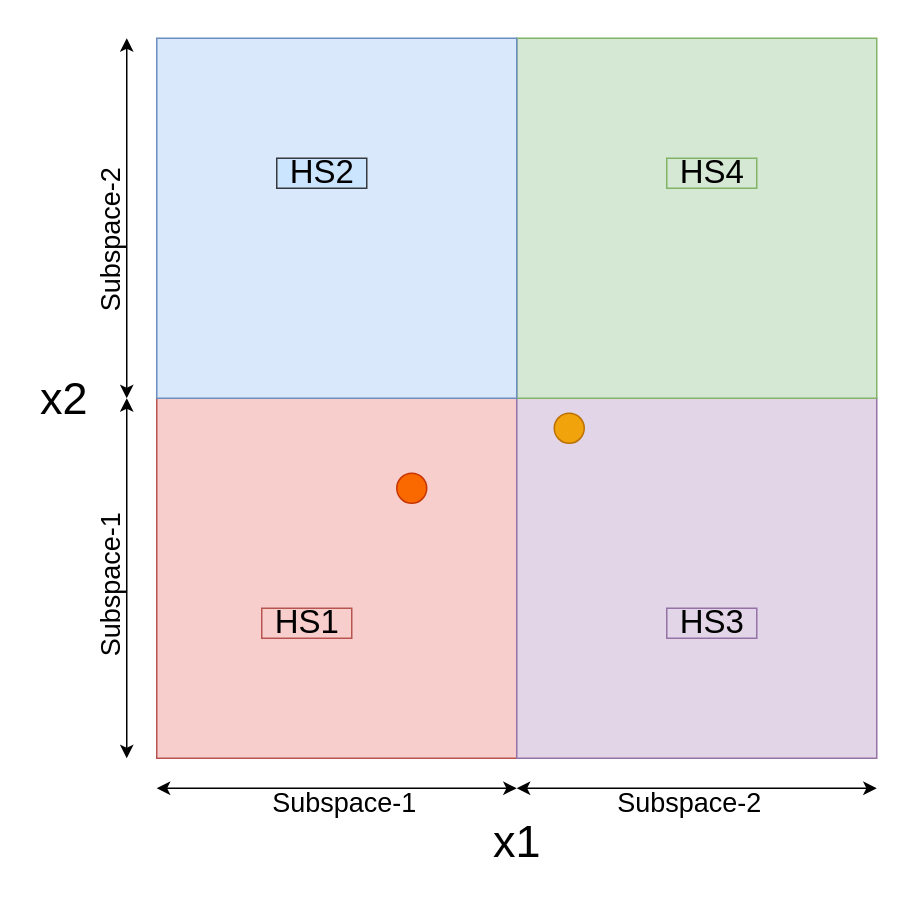
The draw.io diagram page "Page-4" (4 of 7) of drawings/dbo_hyperspace.drawio in ShivaprasadNadagoudr/distributed-safe-bo, before the edit. Source tidied: cells renumbered, new cells numbered last; positions are measured from the earlier drawing's top-left corner, leaving out a move shared by most shapes. Both pictures are drawn from the tidied source at 150%, with x=0, y=0 at pixel (21, 38).
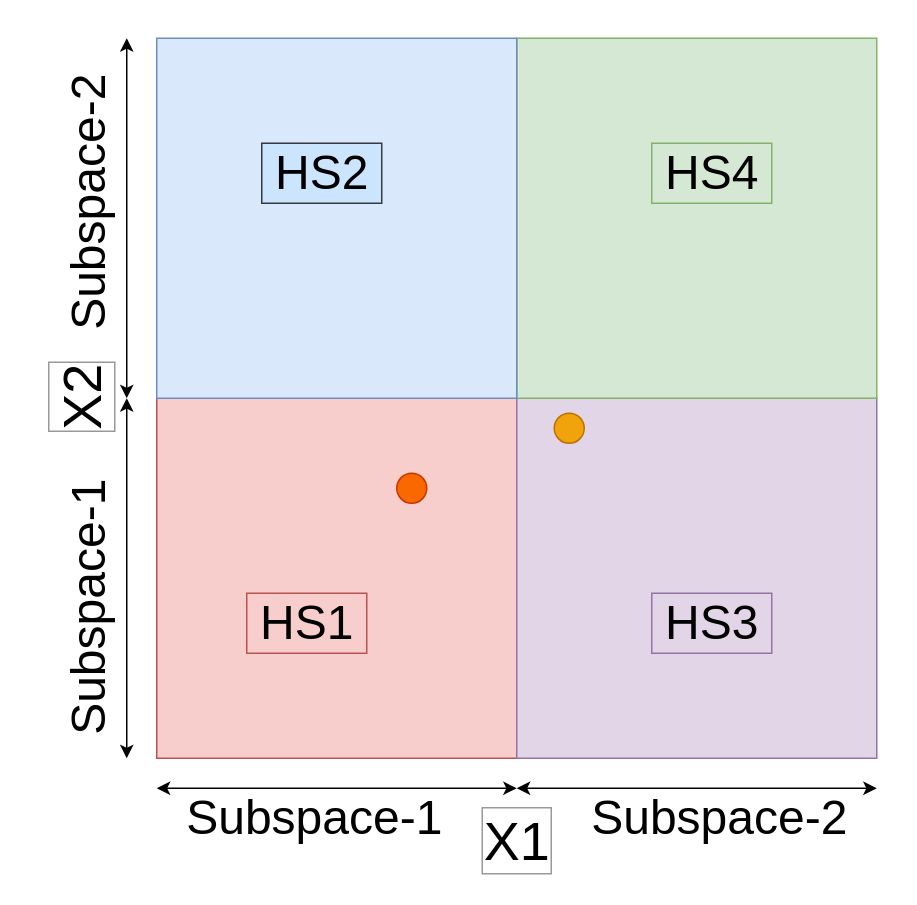
The same page after the edit.

Diff of the diagram source:
```diff
@@
-    <mxCell id="6" value="&lt;font style=&quot;font-size: 30px&quot;&gt;x1&lt;/font&gt;" style="text;html=1;align=center;verticalAlign=middle;strokeColor=none;fillColor=none;" parent="1" vertex="1">
-      <mxGeometry x="305" y="520" width="50" height="30" as="geometry" />
-    </mxCell>
-    <mxCell id="7" value="&lt;font style=&quot;font-size: 30px&quot;&gt;x2&lt;/font&gt;" style="text;html=1;align=center;verticalAlign=middle;strokeColor=none;fillColor=none;" parent="1" vertex="1">
-      <mxGeometry x="3" y="225" width="50" height="30" as="geometry" />
-    </mxCell>
@@
-    <mxCell id="12" value="&lt;font style=&quot;font-size: 18px&quot;&gt;Subspace-1&lt;/font&gt;" style="text;html=1;align=center;verticalAlign=middle;strokeColor=none;fillColor=none;fontSize=30;" parent="1" vertex="1">
-      <mxGeometry x="160" y="480" width="110" height="50" as="geometry" />
-    </mxCell>
-    <mxCell id="13" value="&lt;font style=&quot;font-size: 18px&quot;&gt;Subspace-2&lt;/font&gt;" style="text;html=1;align=center;verticalAlign=middle;strokeColor=none;fillColor=none;fontSize=30;" parent="1" vertex="1">
-      <mxGeometry x="390" y="480" width="110" height="50" as="geometry" />
-    </mxCell>
-    <mxCell id="14" value="&lt;font style=&quot;font-size: 18px&quot;&gt;Subspace-1&lt;/font&gt;" style="text;html=1;align=center;verticalAlign=middle;strokeColor=none;fillColor=none;fontSize=30;rotation=270;" parent="1" vertex="1">
-      <mxGeometry y="340" width="110" height="50" as="geometry" />
-    </mxCell>
-    <mxCell id="15" value="&lt;font style=&quot;font-size: 18px&quot;&gt;Subspace-2&lt;/font&gt;" style="text;html=1;align=center;verticalAlign=middle;strokeColor=none;fillColor=none;fontSize=30;rotation=270;" parent="1" vertex="1">
-      <mxGeometry y="110" width="110" height="50" as="geometry" />
-    </mxCell>
@@
+    <mxCell id="22" value="&lt;font style=&quot;font-size: 36px;&quot;&gt;X1&lt;/font&gt;" style="text;html=1;align=center;verticalAlign=middle;strokeColor=none;fillColor=none;fontSize=36;labelBorderColor=#999999;" parent="1" vertex="1">
+      <mxGeometry x="300" y="510" width="60" height="50" as="geometry" />
+    </mxCell>
+    <mxCell id="23" value="&lt;font style=&quot;font-size: 36px;&quot;&gt;X2&lt;/font&gt;" style="text;html=1;align=center;verticalAlign=middle;strokeColor=none;fillColor=none;rotation=270;fontSize=36;labelBackgroundColor=none;labelBorderColor=#999999;" parent="1" vertex="1">
+      <mxGeometry x="10" y="215" width="60" height="50" as="geometry" />
+    </mxCell>
+    <mxCell id="24" value="&lt;font style=&quot;font-size: 32px;&quot;&gt;Subspace-1&lt;/font&gt;" style="text;html=1;align=center;verticalAlign=middle;strokeColor=none;fillColor=none;fontSize=32;" parent="1" vertex="1">
+      <mxGeometry x="100" y="500" width="190" height="40" as="geometry" />
+    </mxCell>
+    <mxCell id="25" value="&lt;font style=&quot;font-size: 32px;&quot;&gt;Subspace-2&lt;/font&gt;" style="text;html=1;align=center;verticalAlign=middle;strokeColor=none;fillColor=none;fontSize=32;" parent="1" vertex="1">
+      <mxGeometry x="370" y="500" width="190" height="40" as="geometry" />
+    </mxCell>
+    <mxCell id="26" value="&lt;font style=&quot;font-size: 32px;&quot;&gt;Subspace-1&lt;/font&gt;" style="text;html=1;align=center;verticalAlign=middle;strokeColor=none;fillColor=none;fontSize=32;rotation=270;" parent="1" vertex="1">
+      <mxGeometry x="-50" y="360" width="190" height="40" as="geometry" />
+    </mxCell>
+    <mxCell id="27" value="&lt;font style=&quot;font-size: 32px;&quot;&gt;Subspace-2&lt;/font&gt;" style="text;html=1;align=center;verticalAlign=middle;strokeColor=none;fillColor=none;fontSize=32;rotation=270;" parent="1" vertex="1">
+      <mxGeometry x="-50" y="90" width="190" height="40" as="geometry" />
+    </mxCell>
-    <mxCell id="18" value="&lt;font style=&quot;font-size: 22px&quot;&gt;HS1&lt;/font&gt;" style="text;html=1;align=center;verticalAlign=middle;strokeColor=#b85450;fillColor=#f8cecc;" parent="1" vertex="1">
-      <mxGeometry x="160" y="380" width="60" height="20" as="geometry" />
+    <mxCell id="18" value="&lt;font style=&quot;font-size: 32px;&quot;&gt;HS1&lt;/font&gt;" style="text;html=1;align=center;verticalAlign=middle;strokeColor=#b85450;fillColor=#f8cecc;fontSize=32;" parent="1" vertex="1">
+      <mxGeometry x="150" y="370" width="80" height="40" as="geometry" />
     </mxCell>
-    <mxCell id="19" value="&lt;font style=&quot;font-size: 22px&quot;&gt;HS2&lt;/font&gt;" style="text;html=1;align=center;verticalAlign=middle;strokeColor=#36393d;fillColor=#cce5ff;" parent="1" vertex="1">
-      <mxGeometry x="170" y="80" width="60" height="20" as="geometry" />
+    <mxCell id="19" value="&lt;font style=&quot;font-size: 32px;&quot;&gt;HS2&lt;/font&gt;" style="text;html=1;align=center;verticalAlign=middle;strokeColor=#36393d;fillColor=#cce5ff;fontSize=32;" parent="1" vertex="1">
+      <mxGeometry x="160" y="70" width="80" height="40" as="geometry" />
     </mxCell>
-    <mxCell id="20" value="&lt;font style=&quot;font-size: 22px&quot;&gt;HS3&lt;/font&gt;" style="text;html=1;align=center;verticalAlign=middle;strokeColor=#9673a6;fillColor=#e1d5e7;" parent="1" vertex="1">
-      <mxGeometry x="430" y="380" width="60" height="20" as="geometry" />
+    <mxCell id="20" value="&lt;font style=&quot;font-size: 32px;&quot;&gt;HS3&lt;/font&gt;" style="text;html=1;align=center;verticalAlign=middle;strokeColor=#9673a6;fillColor=#e1d5e7;fontSize=32;" parent="1" vertex="1">
+      <mxGeometry x="420" y="370" width="80" height="40" as="geometry" />
     </mxCell>
-    <mxCell id="21" value="&lt;font style=&quot;font-size: 22px&quot;&gt;HS4&lt;/font&gt;" style="text;html=1;align=center;verticalAlign=middle;strokeColor=#82b366;fillColor=#d5e8d4;" parent="1" vertex="1">
-      <mxGeometry x="430" y="80" width="60" height="20" as="geometry" />
+    <mxCell id="21" value="&lt;font style=&quot;font-size: 32px;&quot;&gt;HS4&lt;/font&gt;" style="text;html=1;align=center;verticalAlign=middle;strokeColor=#82b366;fillColor=#d5e8d4;fontSize=32;" parent="1" vertex="1">
+      <mxGeometry x="420" y="70" width="80" height="40" as="geometry" />
     </mxCell>
```
